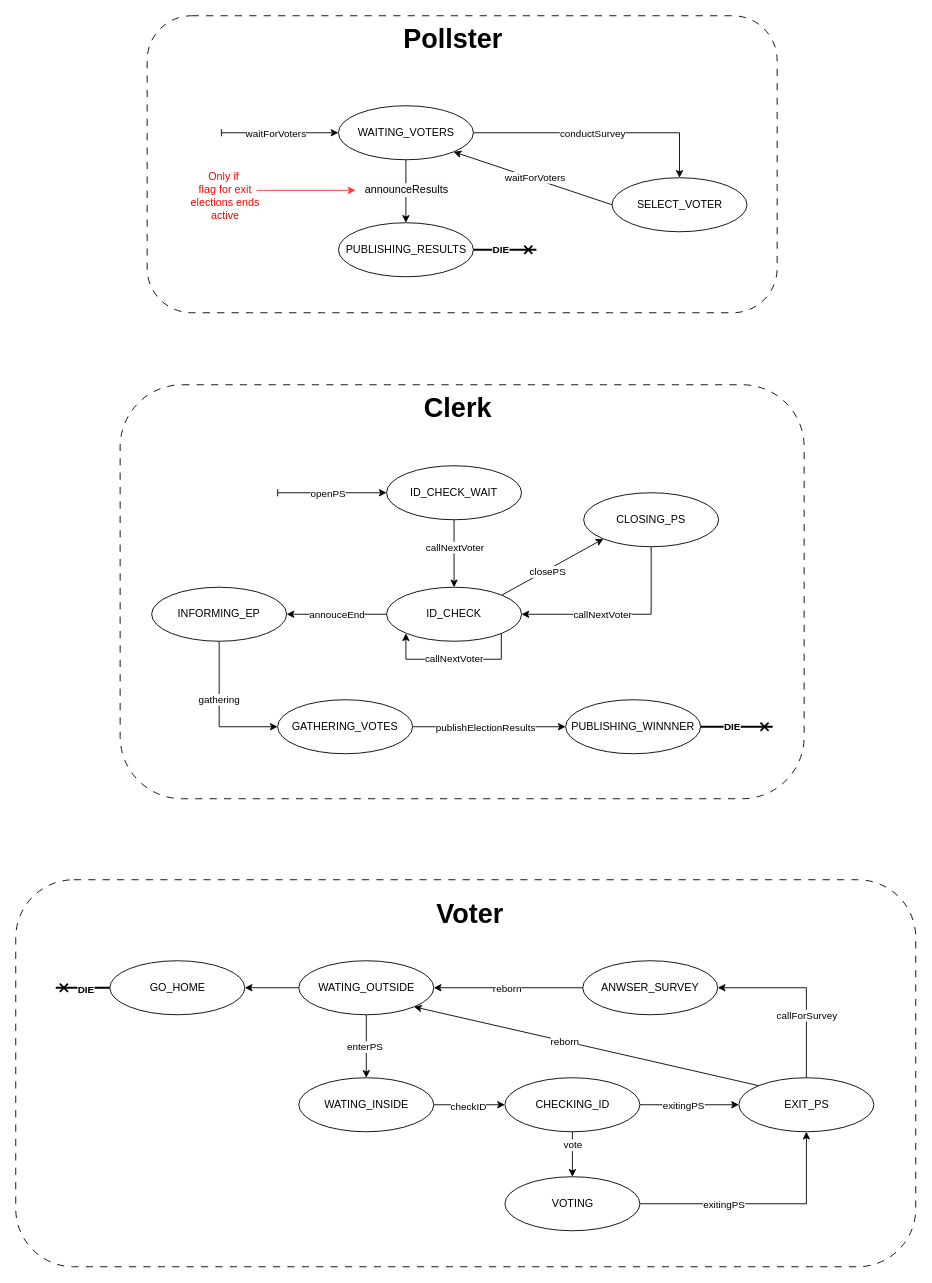
Before: sd_assignment1.drawio in PedroMiguelTorresCarneiro/SD, a draw.io diagram. Source tidied: cells renumbered, new cells numbered last; positions are measured from the earlier drawing's top-left corner, leaving out a move shared by most shapes. Both pictures are drawn from the tidied source at 90%, with x=0, y=0 at pixel (15, 15).
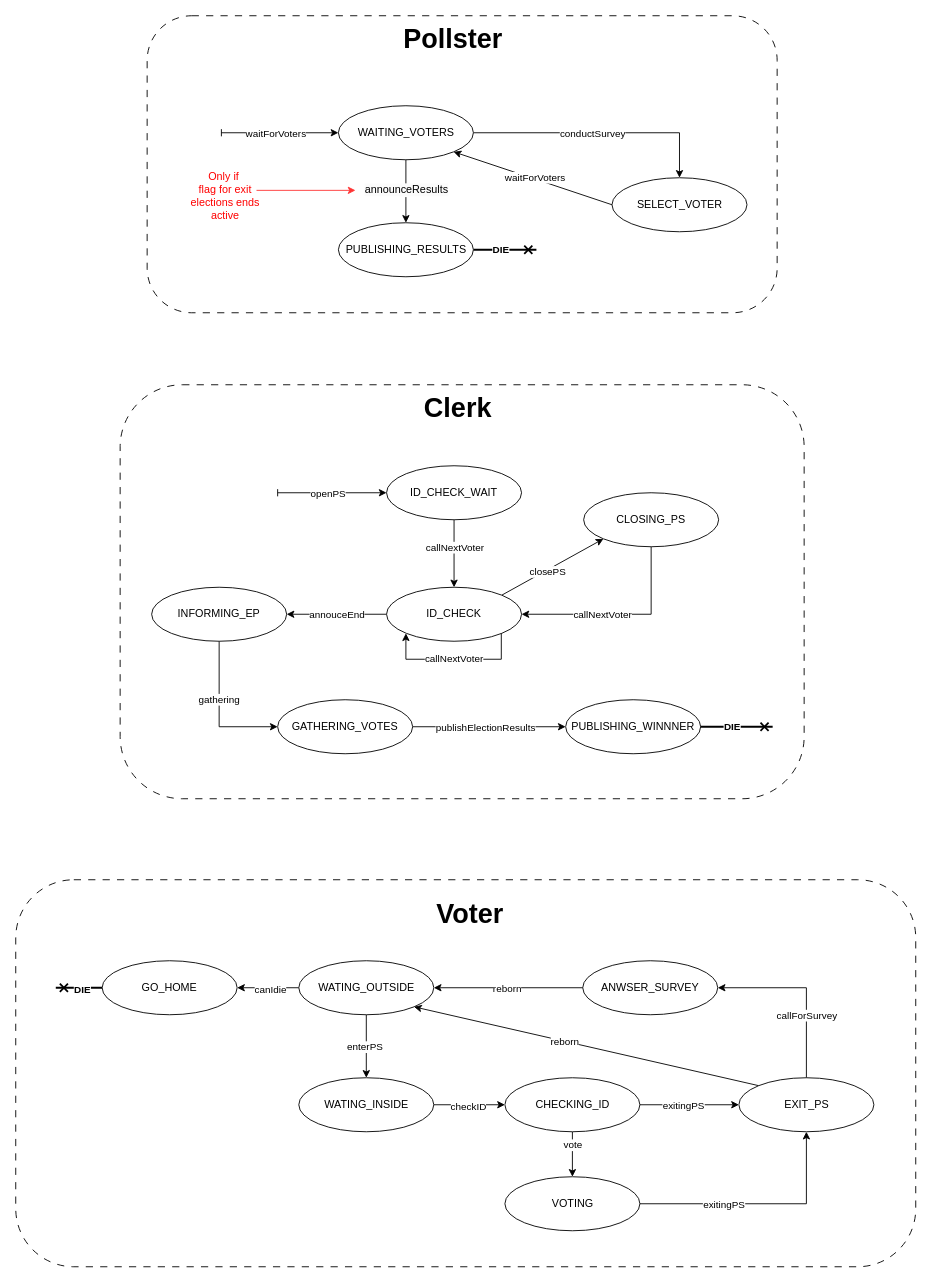
The same page after the edit.

The change refers to these unchanged cells:
```xml
<mxCell id="49" style="rounded=0;jettySize=auto;html=1;exitX=0;exitY=0.5;exitDx=0;exitDy=0;entryX=1;entryY=0.5;entryDx=0;entryDy=0;" parent="1" edge="1" source="50" target="70">
  <mxGeometry relative="1" as="geometry" />
</mxCell>
```

What changed in the source:
```diff
@@
+    <mxCell id="73" value="canIdie" style="edgeLabel;html=1;align=center;verticalAlign=middle;" parent="49" vertex="1">
+      <mxGeometry x="-0.08" y="1" relative="1" as="geometry" />
+    </mxCell>
@@
     <mxCell id="70" value="GO_HOME" style="ellipse;whiteSpace=wrap;html=1;" parent="1" vertex="1">
-      <mxGeometry x="104.5" y="1050" width="150" height="60" as="geometry" />
+      <mxGeometry x="96" y="1050" width="150" height="60" as="geometry" />
     </mxCell>
```
